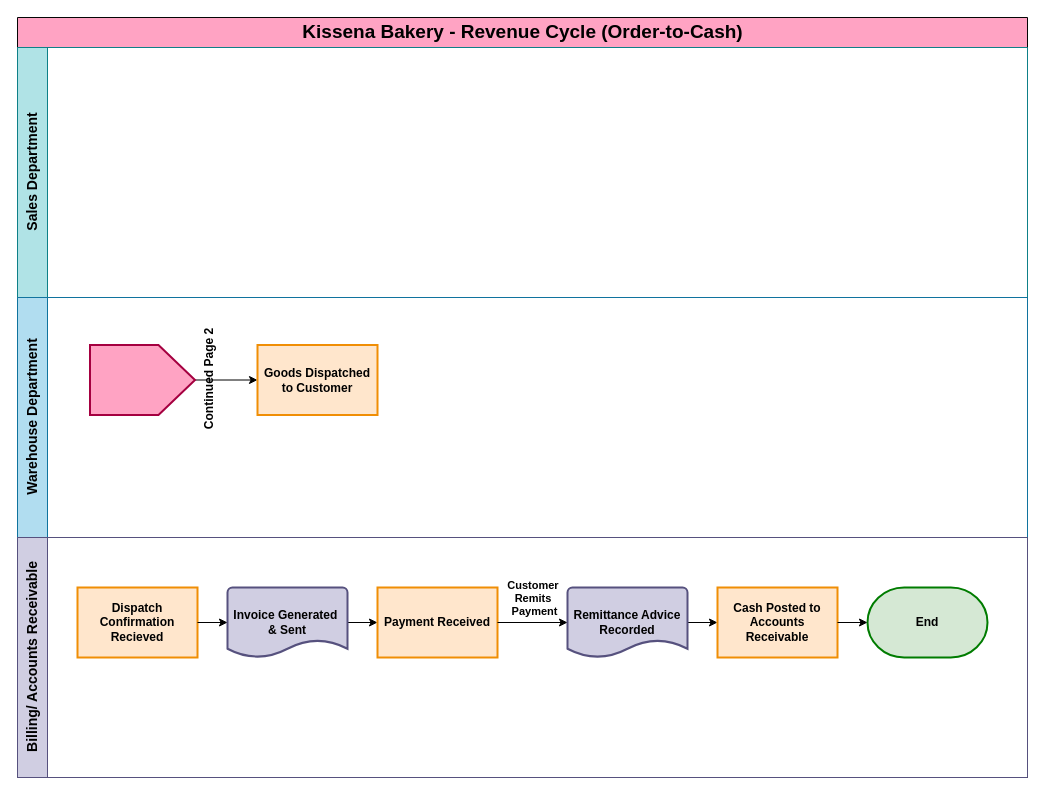
Before: page "Page-2" (2 of 2) of Revenue_Cycle_Controls.drawio in talyasharoni51-a11y/drawio, a draw.io diagram. Source tidied: cells renumbered, new cells numbered last; positions are measured from the earlier drawing's top-left corner, leaving out a move shared by most shapes. Both pictures are drawn from the tidied source at 100%, with x=0, y=0 at pixel (17, 17).
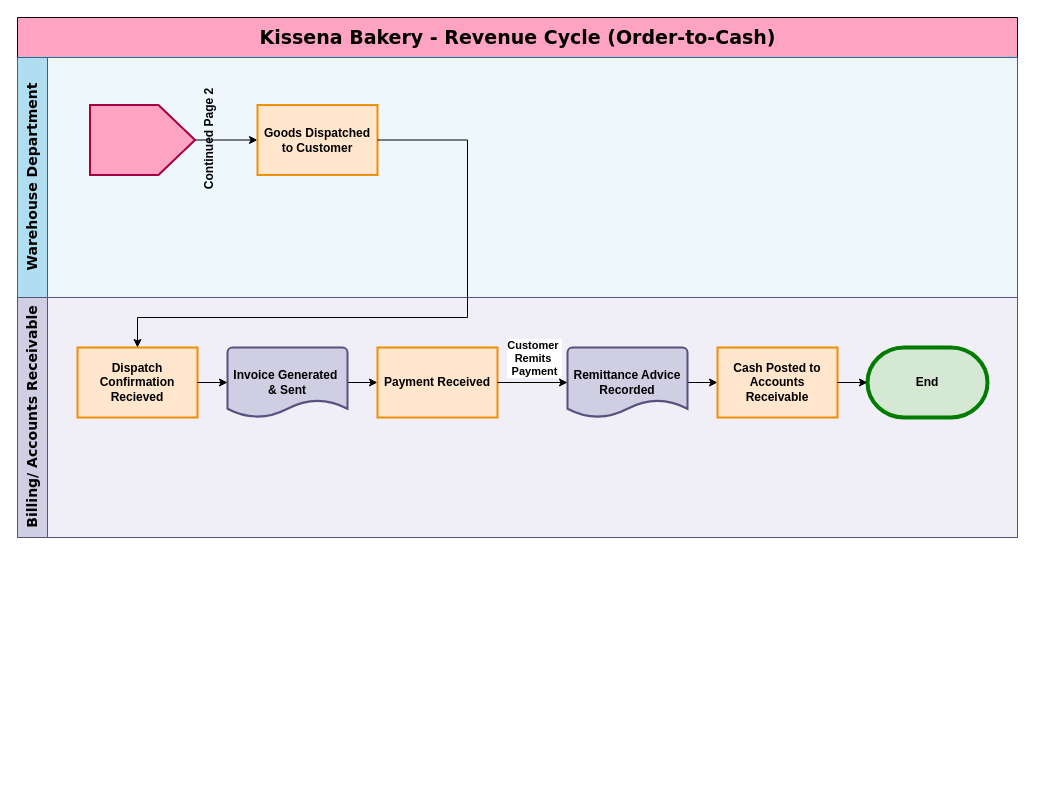
After the change.

Unchanged cells that the change refers to:
```xml
<mxCell id="7" value="&lt;b&gt;Goods Dispatched to Customer&lt;/b&gt;" style="html=1;dashed=0;whiteSpace=wrap;fillColor=#ffe6cc;strokeColor=light-dark(#f08e05, #996500);strokeWidth=2;" parent="4" vertex="1">
  <mxGeometry x="240" y="47.5" width="120" height="70" as="geometry" />
</mxCell>
<mxCell id="9" value="&lt;b&gt;Dispatch Confirmation Recieved&lt;/b&gt;" style="html=1;dashed=0;whiteSpace=wrap;fillColor=#ffe6cc;strokeColor=light-dark(#f08e05, #996500);strokeWidth=2;" parent="8" vertex="1">
  <mxGeometry x="60" y="50" width="120" height="70" as="geometry" />
</mxCell>
```

Change to the diagram source:
```diff
@@
-    <mxCell id="2" value="&lt;font&gt;Kissena Bakery - Revenue Cycle (Order-to-Cash)&lt;/font&gt;" style="swimlane;horizontal=1;startSize=30;html=1;fillColor=light-dark(#ffa3c3, #ff90f3);strokeColor=light-dark(#050505, #d7817e);fontSize=19;" parent="1" vertex="1">
-      <mxGeometry width="1010" height="760" as="geometry" />
+    <mxCell id="2" value="&lt;font face=&quot;Verdana&quot;&gt;Kissena Bakery - Revenue Cycle (Order-to-Cash)&lt;/font&gt;" style="swimlane;horizontal=1;startSize=40;html=1;fillColor=light-dark(#ffa3c3, #ff90f3);strokeColor=light-dark(#050505, #d7817e);fontSize=19;swimlaneFillColor=#EEF7FC;" parent="1" vertex="1">
+      <mxGeometry width="1000" height="520" as="geometry" />
     </mxCell>
-    <mxCell id="3" value="&lt;font style=&quot;font-size: 14px;&quot;&gt;Sales Department&lt;/font&gt;" style="swimlane;startSize=30;horizontal=0;html=1;fillColor=#b0e3e6;strokeColor=#0e8088;" parent="2" vertex="1">
-      <mxGeometry y="30" width="1010" height="250" as="geometry" />
-    </mxCell>
-    <mxCell id="4" value="&lt;font style=&quot;font-size: 14px;&quot;&gt;Warehouse Department&lt;/font&gt;" style="swimlane;startSize=30;horizontal=0;html=1;fillColor=#b1ddf0;strokeColor=#10739e;" parent="2" vertex="1">
-      <mxGeometry y="280" width="1010" height="240" as="geometry" />
+    <mxCell id="4" value="&lt;font style=&quot;font-size: 14px;&quot; face=&quot;Verdana&quot;&gt;Warehouse Department&lt;/font&gt;" style="swimlane;startSize=30;horizontal=0;html=1;fillColor=#b1ddf0;strokeColor=#10739e;" parent="2" vertex="1">
+      <mxGeometry y="40" width="1000" height="240" as="geometry" />
     </mxCell>
@@
-    <mxCell id="8" value="&lt;font style=&quot;font-size: 14px;&quot;&gt;Billing/ Accounts Receivable&lt;/font&gt;" style="swimlane;startSize=30;horizontal=0;html=1;fillColor=#d0cee2;strokeColor=#56517e;" parent="2" vertex="1">
-      <mxGeometry y="520" width="1010" height="240" as="geometry" />
+    <mxCell id="8" value="&lt;font style=&quot;font-size: 14px;&quot; face=&quot;Verdana&quot;&gt;Billing/ Accounts Receivable&lt;/font&gt;" style="swimlane;startSize=30;horizontal=0;html=1;fillColor=#d0cee2;strokeColor=#56517e;swimlaneFillColor=#F0EFF8;" parent="2" vertex="1">
+      <mxGeometry y="280" width="1000" height="240" as="geometry" />
     </mxCell>
@@
-    <mxCell id="19" value="&lt;b&gt;End&lt;/b&gt;" style="strokeWidth=2;html=1;shape=mxgraph.flowchart.terminator;whiteSpace=wrap;fillColor=#d5e8d4;strokeColor=#007C00;" parent="8" vertex="1">
+    <mxCell id="19" value="&lt;b&gt;End&lt;/b&gt;" style="strokeWidth=4;html=1;shape=mxgraph.flowchart.terminator;whiteSpace=wrap;fillColor=#d5e8d4;strokeColor=#007C00;" parent="8" vertex="1">
       <mxGeometry x="850" y="50" width="120" height="70" as="geometry" />
     </mxCell>
@@
+    <mxCell id="21" style="edgeStyle=orthogonalEdgeStyle;rounded=0;jettySize=auto;html=1;exitX=1;exitY=0.5;exitDx=0;exitDy=0;entryX=0.5;entryY=0;entryDx=0;entryDy=0;" parent="2" edge="1" source="7" target="9">
+      <mxGeometry relative="1" as="geometry">
+        <Array as="points">
+          <mxPoint x="450" y="122" />
+          <mxPoint x="450" y="300" />
+          <mxPoint x="120" y="300" />
+        </Array>
+      </mxGeometry>
+    </mxCell>
```
